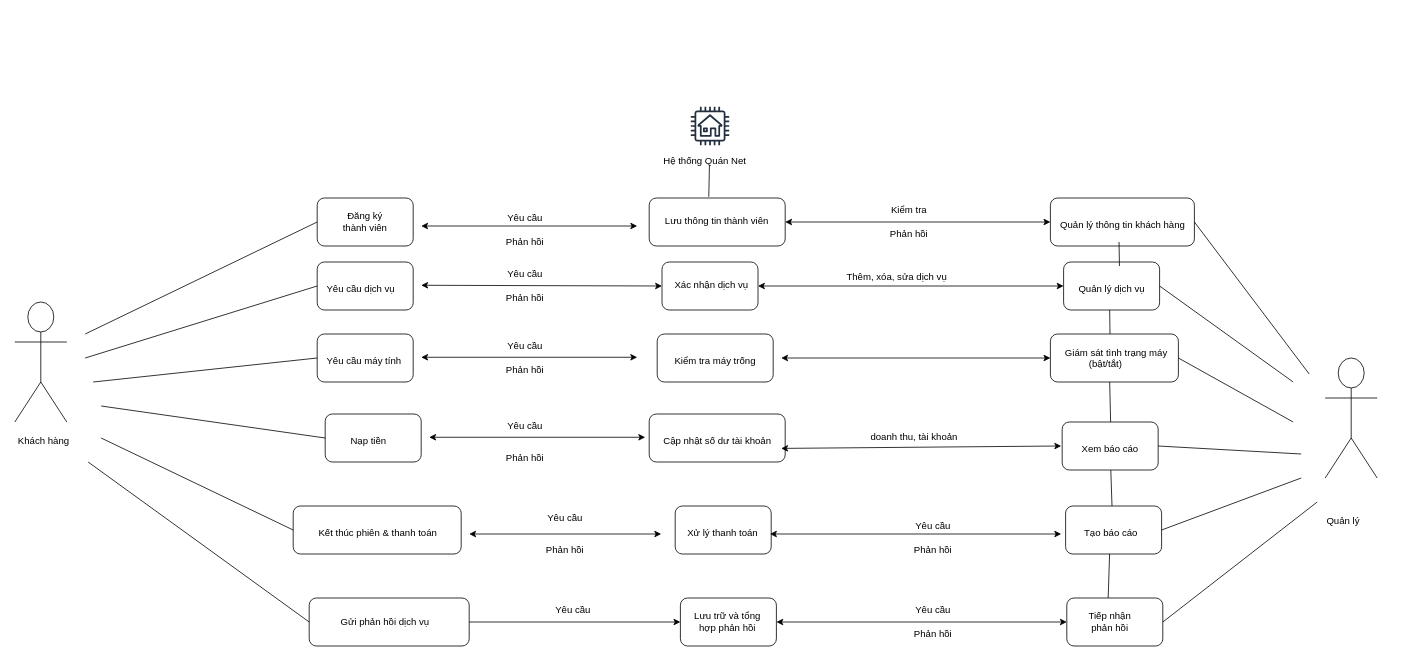
Khoi-DP270505/Draw.io keeps this draw.io diagram as Usecase 2.drawio. Above is the earlier version. Source tidied: cells renumbered, new cells numbered last; positions are measured from the earlier drawing's top-left corner, leaving out a move shared by most shapes. Both pictures are drawn from the tidied source at 80%, with x=0, y=0 at pixel (14, 102).
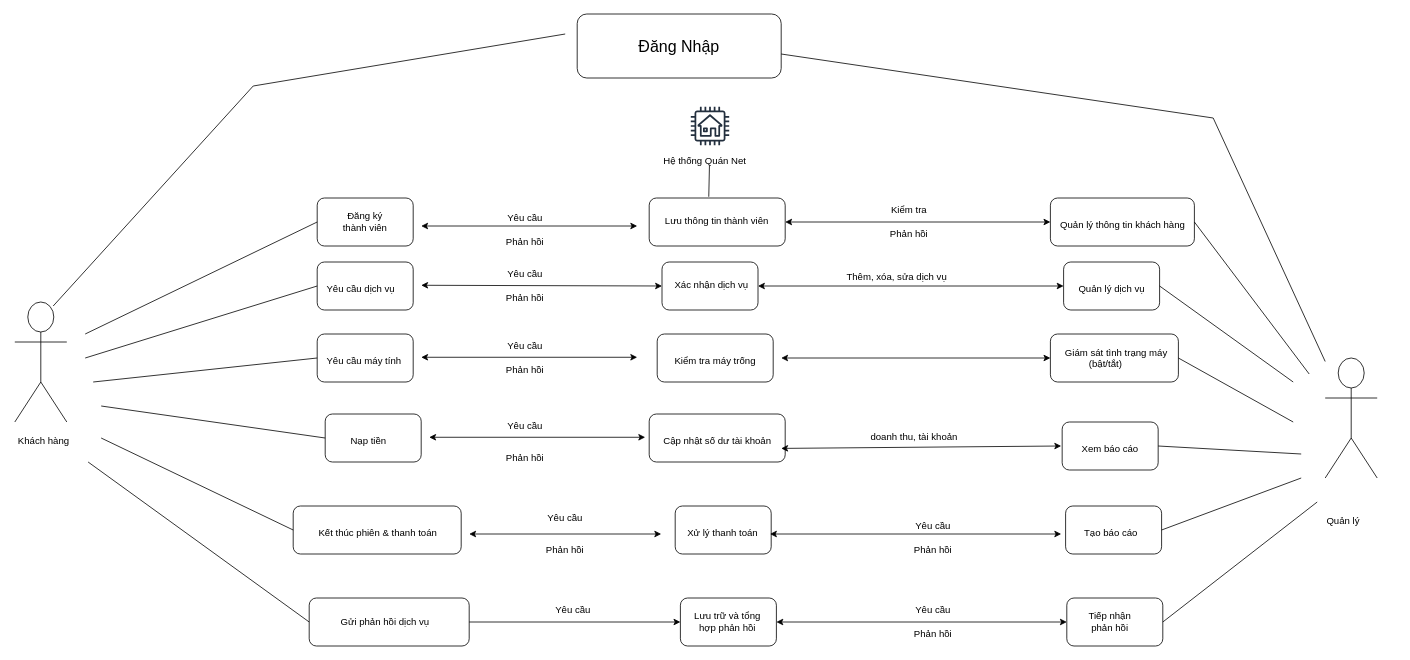
The same page after the edit.

Commit message:
Cập nhật Usecase 2.drawio

The change refers to these unchanged cells:
```xml
<mxCell id="2" style="rounded=1;whiteSpace=wrap;html=1;" parent="1" vertex="1">
  <mxGeometry x="1316" y="620" width="120" height="60" as="geometry" />
</mxCell>
<mxCell id="80" style="shape=umlActor;verticalLabelPosition=bottom;verticalAlign=top;html=1;outlineConnect=0;" parent="1" vertex="1">
  <mxGeometry x="1639" y="320" width="65" height="150" as="geometry" />
</mxCell>
```

Change to the diagram source:
```diff
@@
-    <mxCell id="72" style="endArrow=none;html=1;rounded=0;exitX=0.5;exitY=0;exitDx=0;exitDy=0;" parent="1" edge="1">
-      <mxGeometry relative="1" as="geometry">
-        <mxPoint x="1370.8" y="400" as="sourcePoint" />
-        <mxPoint x="1369.6" y="350" as="targetPoint" />
-      </mxGeometry>
-    </mxCell>
-    <mxCell id="73" style="endArrow=none;html=1;rounded=0;exitX=0.5;exitY=0;exitDx=0;exitDy=0;" parent="1" edge="1">
-      <mxGeometry relative="1" as="geometry">
-        <mxPoint x="1372.5" y="505" as="sourcePoint" />
-        <mxPoint x="1371" y="460" as="targetPoint" />
-      </mxGeometry>
-    </mxCell>
-    <mxCell id="74" style="endArrow=none;html=1;rounded=0;" parent="1" edge="1">
-      <mxGeometry relative="1" as="geometry">
-        <mxPoint x="1370" y="290" as="sourcePoint" />
-        <mxPoint x="1369.6" y="260" as="targetPoint" />
-      </mxGeometry>
-    </mxCell>
-    <mxCell id="75" style="endArrow=none;html=1;rounded=0;" parent="1" edge="1">
-      <mxGeometry relative="1" as="geometry">
-        <mxPoint x="1381.8" y="205" as="sourcePoint" />
-        <mxPoint x="1381.3" y="175" as="targetPoint" />
-      </mxGeometry>
-    </mxCell>
-    <mxCell id="76" style="endArrow=none;html=1;rounded=0;exitX=0.431;exitY=-0.003;exitDx=0;exitDy=0;exitPerimeter=0;" parent="1" edge="1" source="2">
-      <mxGeometry relative="1" as="geometry">
-        <mxPoint x="1369.5" y="565" as="targetPoint" />
-      </mxGeometry>
-    </mxCell>
@@
+    <mxCell id="95" style="endArrow=none;html=1;rounded=0;" parent="1" edge="1">
+      <mxGeometry relative="1" as="geometry">
+        <mxPoint x="49" y="255" as="sourcePoint" />
+        <mxPoint x="689" y="-85" as="targetPoint" />
+        <Array as="points">
+          <mxPoint x="299" y="-20" />
+        </Array>
+      </mxGeometry>
+    </mxCell>
+    <mxCell id="96" style="rounded=1;whiteSpace=wrap;html=1;" parent="1" vertex="1">
+      <mxGeometry x="704" y="-110" width="255" height="80" as="geometry" />
+    </mxCell>
+    <mxCell id="97" value="Đăng Nhập" style="text;html=1;align=center;verticalAlign=middle;whiteSpace=wrap;rounded=0;fontSize=20;" parent="1" vertex="1">
+      <mxGeometry x="779" y="-85" width="105" height="30" as="geometry" />
+    </mxCell>
+    <mxCell id="98" style="endArrow=none;html=1;rounded=0;" parent="1" edge="1" target="80">
+      <mxGeometry relative="1" as="geometry">
+        <mxPoint x="959" y="-60" as="sourcePoint" />
+        <Array as="points">
+          <mxPoint x="1499" y="20" />
+        </Array>
+      </mxGeometry>
+    </mxCell>
```
